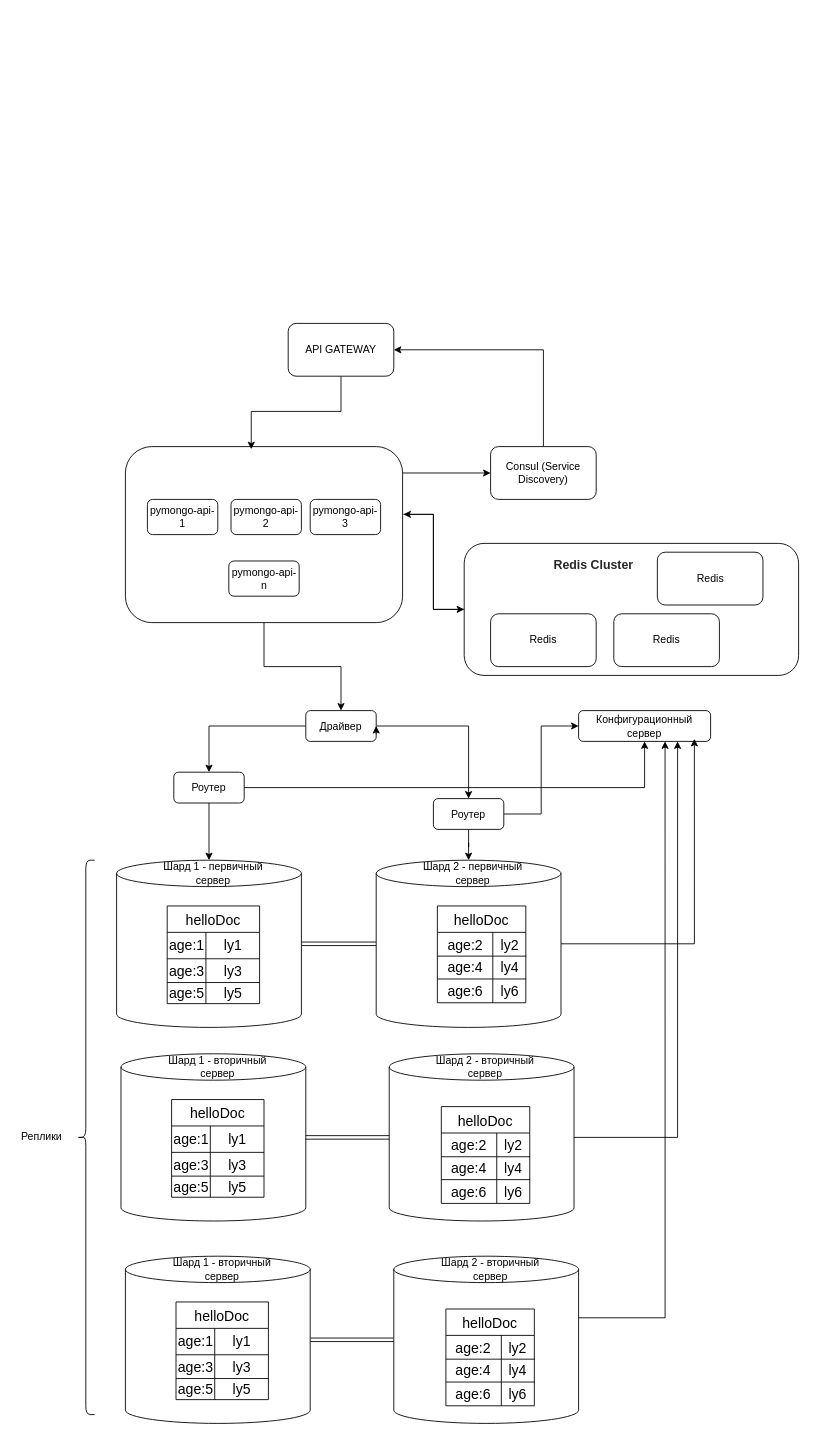
Above: sprint2-task6.drawio in dftyni/architecture-mesto (draw.io), before the change. Source tidied: cells renumbered, new cells numbered last; positions are measured from the earlier drawing's top-left corner, leaving out a move shared by most shapes. Both pictures are drawn from the tidied source at 88%, with x=0, y=0 at pixel (15, 323).
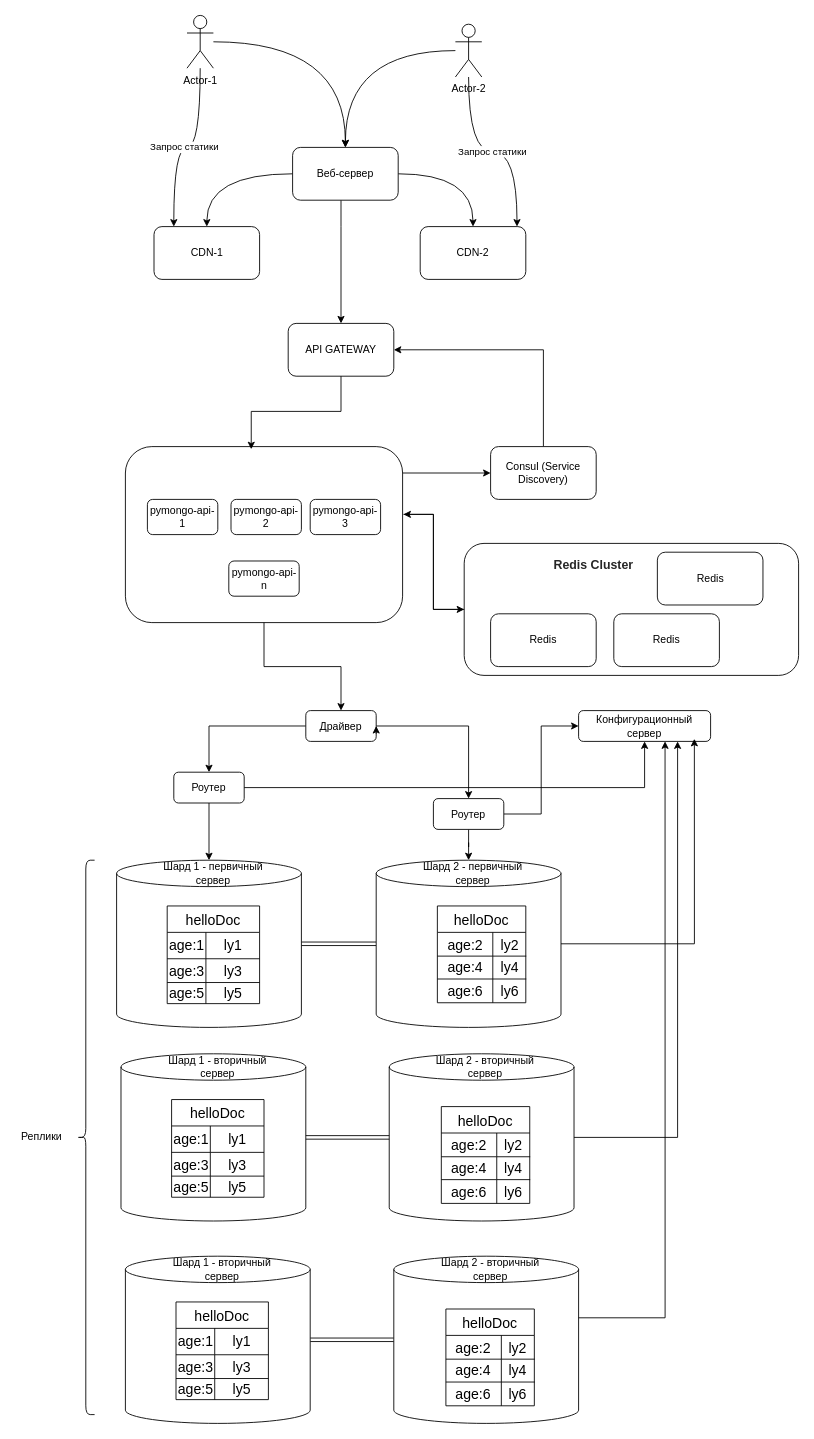
The same page after the edit.

Unchanged cells that the change refers to:
```xml
<mxCell id="103" value="API GATEWAY" style="rounded=1;whiteSpace=wrap;html=1;" parent="1" vertex="1">
  <mxGeometry x="310" width="120" height="60" as="geometry" />
</mxCell>
```

Change to the diagram source:
```diff
@@
+    <mxCell id="111" value="CDN-1" style="rounded=1;whiteSpace=wrap;html=1;" parent="1" vertex="1">
+      <mxGeometry x="157.5" y="-110" width="120" height="60" as="geometry" />
+    </mxCell>
+    <mxCell id="112" value="CDN-2" style="rounded=1;whiteSpace=wrap;html=1;" parent="1" vertex="1">
+      <mxGeometry x="460" y="-110" width="120" height="60" as="geometry" />
+    </mxCell>
+    <mxCell id="113" style="edgeStyle=orthogonalEdgeStyle;rounded=0;jettySize=auto;html=1;fillColor=#3333FF;curved=1;" parent="1" edge="1" source="116" target="124">
+      <mxGeometry relative="1" as="geometry" />
+    </mxCell>
+    <mxCell id="114" style="edgeStyle=orthogonalEdgeStyle;rounded=0;jettySize=auto;html=1;curved=1;" parent="1" edge="1" source="116" target="111">
+      <mxGeometry relative="1" as="geometry">
+        <Array as="points">
+          <mxPoint x="210" y="-200" />
+          <mxPoint x="180" y="-200" />
+        </Array>
+      </mxGeometry>
+    </mxCell>
+    <mxCell id="115" value="Запрос статики" style="edgeLabel;html=1;align=center;verticalAlign=middle;" parent="114" vertex="1">
+      <mxGeometry x="0.04" y="-1" relative="1" as="geometry" />
+    </mxCell>
+    <mxCell id="116" value="Actor-1" style="shape=umlActor;verticalLabelPosition=bottom;verticalAlign=top;html=1;outlineConnect=0;" parent="1" vertex="1">
+      <mxGeometry x="195" y="-350" width="30" height="60" as="geometry" />
+    </mxCell>
+    <mxCell id="117" style="edgeStyle=orthogonalEdgeStyle;rounded=0;jettySize=auto;html=1;curved=1;fillColor=#3333FF;" parent="1" edge="1" source="120" target="124">
+      <mxGeometry relative="1" as="geometry" />
+    </mxCell>
+    <mxCell id="118" style="edgeStyle=orthogonalEdgeStyle;rounded=0;jettySize=auto;html=1;curved=1;" parent="1" edge="1" source="120" target="112">
+      <mxGeometry relative="1" as="geometry">
+        <Array as="points">
+          <mxPoint x="515" y="-195" />
+          <mxPoint x="570" y="-195" />
+        </Array>
+      </mxGeometry>
+    </mxCell>
+    <mxCell id="119" value="Запрос статики" style="edgeLabel;html=1;align=center;verticalAlign=middle;" parent="118" vertex="1">
+      <mxGeometry x="-0.01" y="1" relative="1" as="geometry" />
+    </mxCell>
+    <mxCell id="120" value="Actor-2" style="shape=umlActor;verticalLabelPosition=bottom;verticalAlign=top;html=1;outlineConnect=0;" parent="1" vertex="1">
+      <mxGeometry x="500" y="-340" width="30" height="60" as="geometry" />
+    </mxCell>
+    <mxCell id="121" style="edgeStyle=orthogonalEdgeStyle;rounded=0;jettySize=auto;html=1;" parent="1" edge="1" source="124" target="103">
+      <mxGeometry relative="1" as="geometry">
+        <Array as="points">
+          <mxPoint x="370" y="-110" />
+          <mxPoint x="370" y="-110" />
+        </Array>
+      </mxGeometry>
+    </mxCell>
+    <mxCell id="122" style="edgeStyle=orthogonalEdgeStyle;rounded=0;jettySize=auto;html=1;curved=1;" parent="1" edge="1" source="124" target="111">
+      <mxGeometry relative="1" as="geometry" />
+    </mxCell>
+    <mxCell id="123" style="edgeStyle=orthogonalEdgeStyle;rounded=0;jettySize=auto;html=1;curved=1;" parent="1" edge="1" source="124" target="112">
+      <mxGeometry relative="1" as="geometry" />
+    </mxCell>
+    <mxCell id="124" value="Веб-сервер" style="rounded=1;whiteSpace=wrap;html=1;" parent="1" vertex="1">
+      <mxGeometry x="315" y="-200" width="120" height="60" as="geometry" />
+    </mxCell>
```
